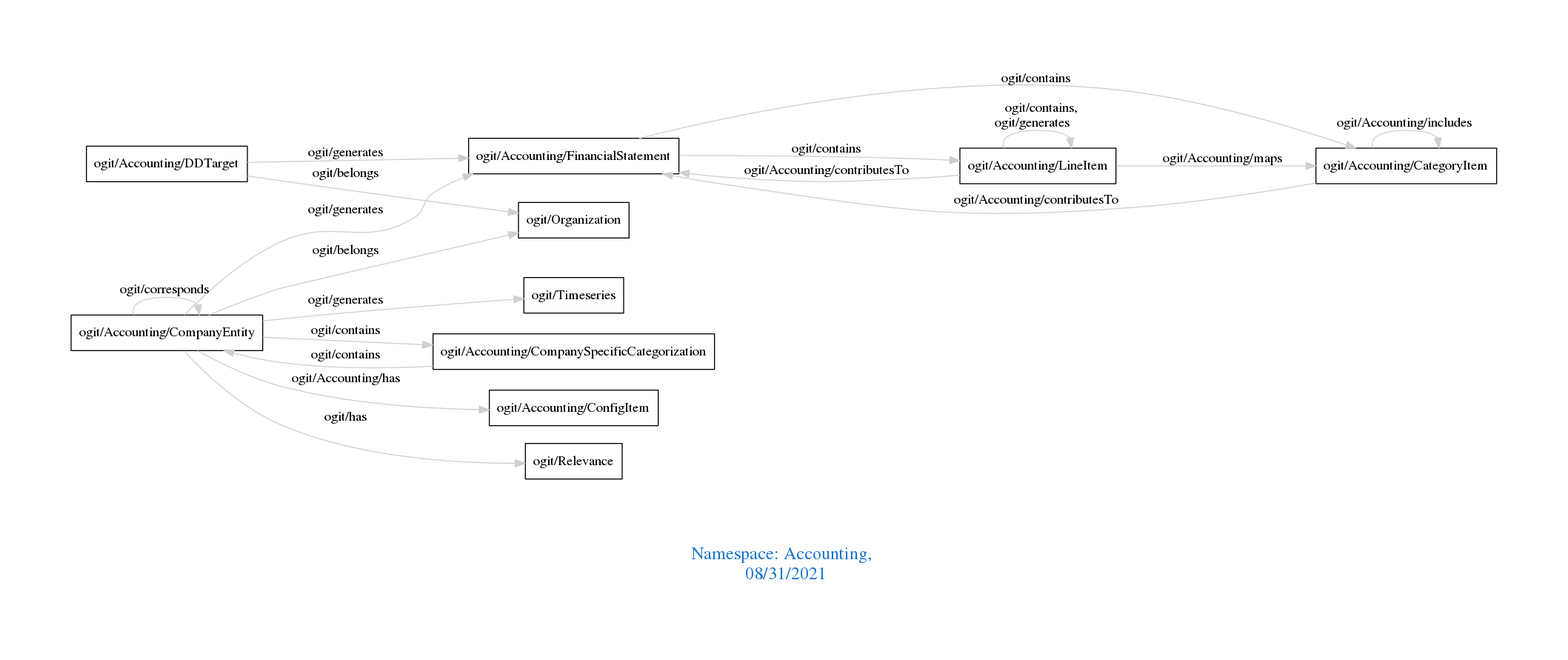
Above: downloads/Accounting.png in arago/OGIT (Graphviz), before the change. Its source is kept beside it as downloads/Accounting.dot.
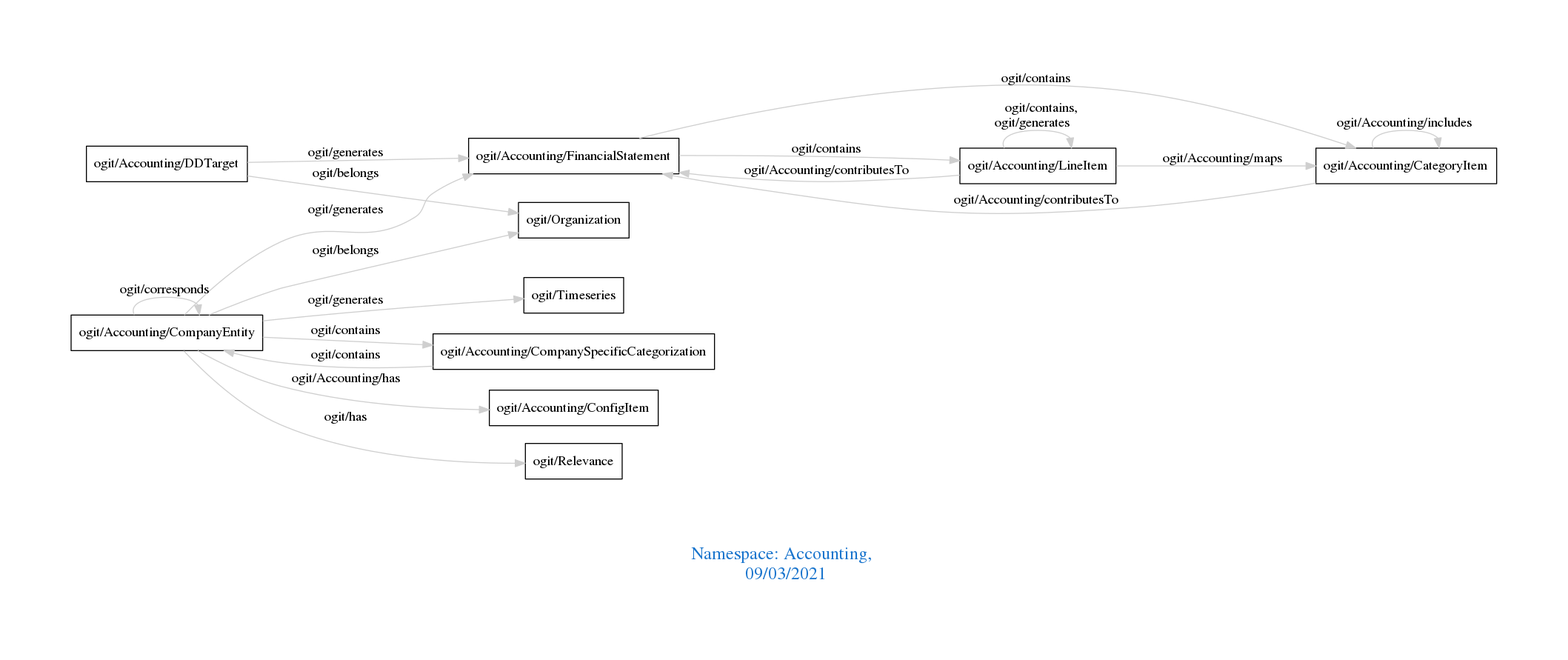
The same file after the commit.

Change to the diagram source:
```diff
@@ -1,7 +1,7 @@
 digraph OGIT_ontology {
  graph [ rankdir= LR,pad=1
 fontsize = 18,
-fontcolor= dodgerblue3,label = "\n\n\nNamespace: Accounting, \n 08/31/2021"];
+fontcolor= dodgerblue3,label = "\n\n\nNamespace: Accounting, \n 09/03/2021"];
 node[shape=polygon];
 edge [  color="gray81"];
 
```
